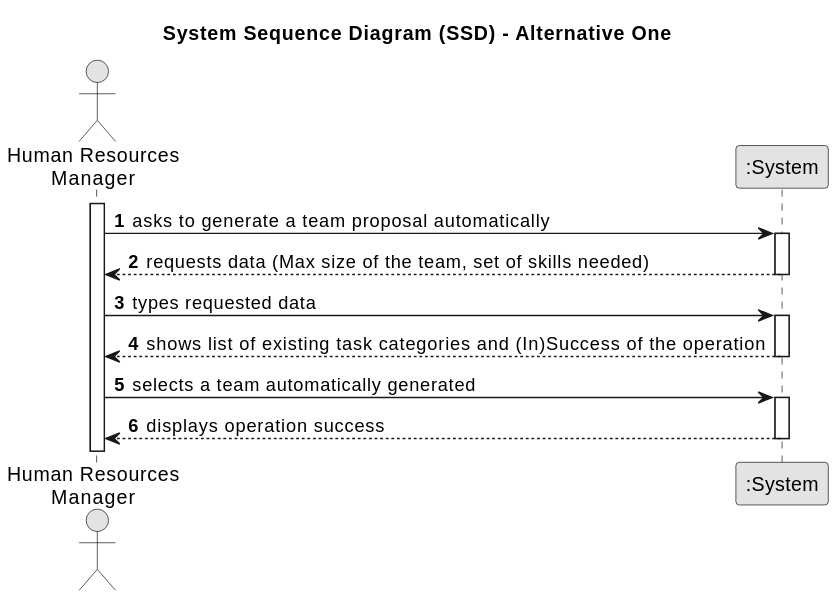
This is docs/sprintB/us005/01.requirements-engineering/svg/us005-system-sequence-diagram-alternative-one.svg from Departamento-de-Engenharia-Informatica/lei-24-s2-1dl-g121, a PlantUML export, as it was before one commit.
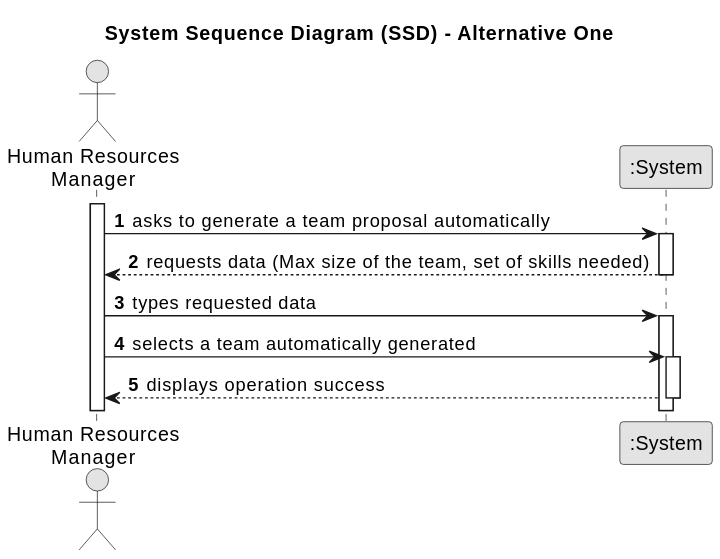
Above is the later version.

What changed in the source:
```diff
@@ -21,9 +21,6 @@
     Employee -> System : types requested data
     activate System
 
-        System --> Employee : shows list of existing task categories and (In)Success of the operation
-    deactivate System
-
     Employee -> System : selects a team automatically generated
     activate System
 
```
